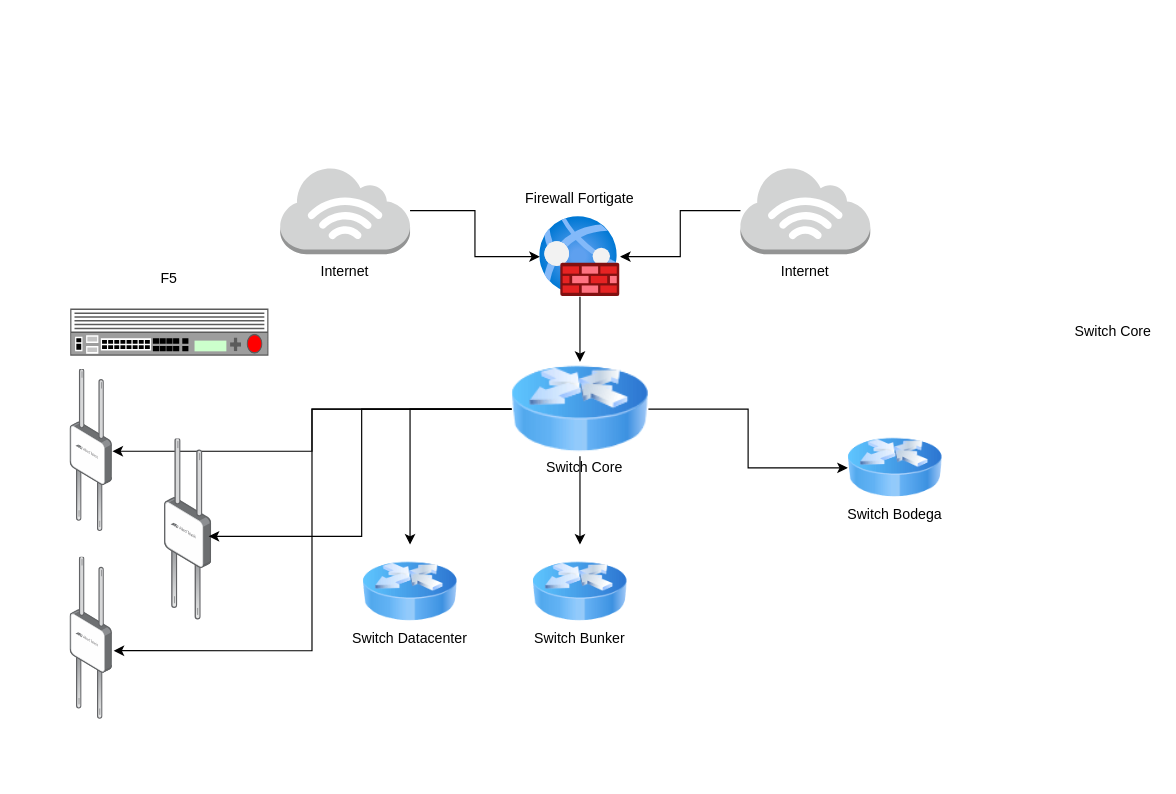
This is New-Topology.drawio from YOviedo-2402/hello-git, a draw.io file, before an edit. Source tidied: cells renumbered, new cells numbered last; positions are measured from the earlier drawing's top-left corner, leaving out a move shared by most shapes. Both pictures are drawn from the tidied source at 118%, with x=0, y=0 at pixel (70, 166). Pictures stored in the file or linked from it are replaced by grey dashed boxes.
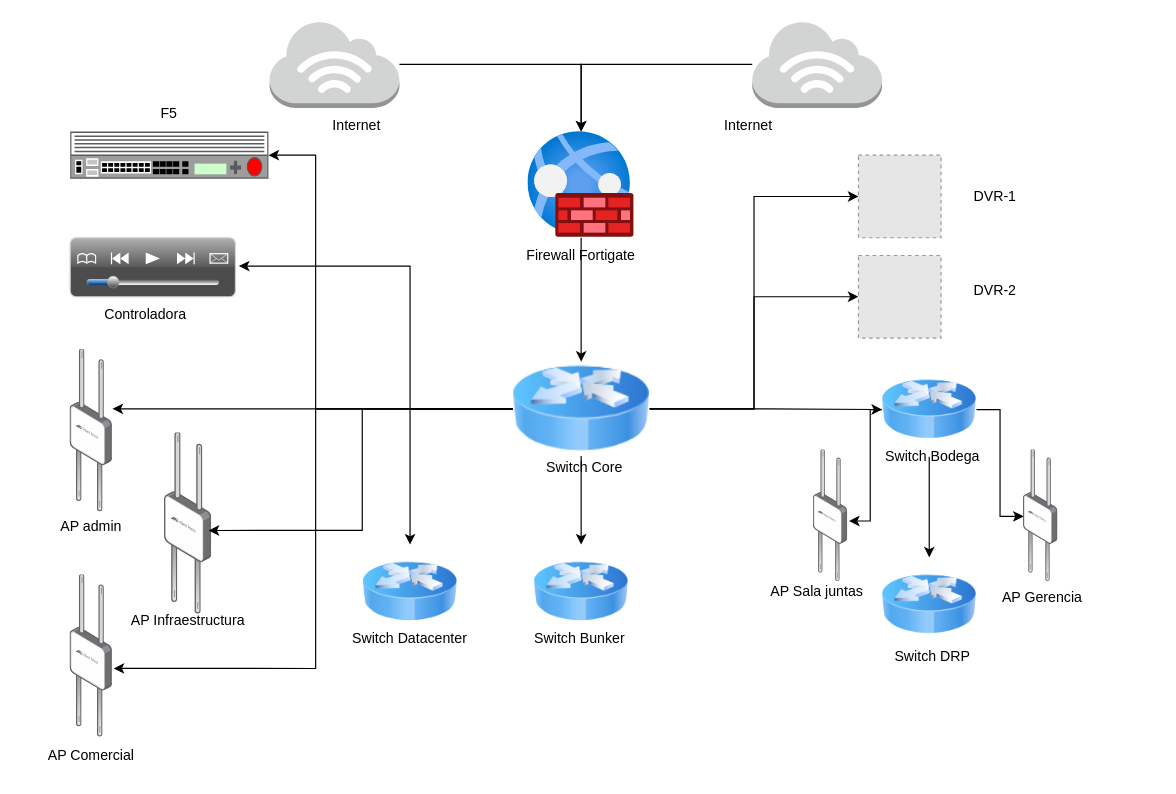
Above is the later version.

What changed in the source:
```diff
@@
     <mxCell id="3" style="image;html=1;points=[];align=center;fontSize=12;image=img/lib/azure2/networking/Web_Application_Firewall_Policies_WAF.svg;" parent="1" vertex="1">
-      <mxGeometry x="398" y="42" width="68" height="68" as="geometry" />
+      <mxGeometry x="388" y="-30" width="90" height="90" as="geometry" />
     </mxCell>
@@
     <mxCell id="5" style="outlineConnect=0;dashed=0;verticalLabelPosition=bottom;verticalAlign=top;align=center;html=1;shape=mxgraph.aws3.internet_3;fillColor=#D2D3D3;gradientColor=none;" parent="1" vertex="1">
-      <mxGeometry x="568" width="110" height="74" as="geometry" />
+      <mxGeometry x="578" y="-124" width="110" height="74" as="geometry" />
     </mxCell>
@@
     <mxCell id="7" style="outlineConnect=0;dashed=0;verticalLabelPosition=bottom;verticalAlign=top;align=center;html=1;shape=mxgraph.aws3.internet_3;fillColor=#D2D3D3;gradientColor=none;" parent="1" vertex="1">
-      <mxGeometry x="178" width="110" height="74" as="geometry" />
+      <mxGeometry x="169" y="-124" width="110" height="74" as="geometry" />
     </mxCell>
@@
     <mxCell id="11" style="edgeStyle=orthogonalEdgeStyle;rounded=0;jettySize=auto;html=1;" parent="1" edge="1" source="12" target="26">
-      <mxGeometry relative="1" as="geometry" />
+      <mxGeometry relative="1" as="geometry">
+        <Array as="points">
+          <mxPoint x="158" y="205" />
+          <mxPoint x="158" y="205" />
+        </Array>
+      </mxGeometry>
     </mxCell>
+    <mxCell id="31" style="edgeStyle=orthogonalEdgeStyle;rounded=0;jettySize=auto;html=1;" parent="1" edge="1" source="12" target="25">
+      <mxGeometry relative="1" as="geometry">
+        <Array as="points">
+          <mxPoint x="208" y="205" />
+          <mxPoint x="208" y="-10" />
+        </Array>
+      </mxGeometry>
+    </mxCell>
+    <mxCell id="32" style="edgeStyle=orthogonalEdgeStyle;rounded=0;jettySize=auto;html=1;entryX=0;entryY=0.5;entryDx=0;entryDy=0;" parent="1" edge="1" source="12" target="49">
+      <mxGeometry relative="1" as="geometry" />
+    </mxCell>
+    <mxCell id="33" style="edgeStyle=orthogonalEdgeStyle;rounded=0;jettySize=auto;html=1;entryX=0;entryY=0.5;entryDx=0;entryDy=0;" parent="1" edge="1" source="12" target="50">
+      <mxGeometry relative="1" as="geometry" />
+    </mxCell>
     <mxCell id="12" style="image;html=1;image=img/lib/clip_art/networking/Router_Icon_128x128.png;" parent="1" vertex="1">
-      <mxGeometry x="374" y="165.2" width="116" height="80" as="geometry" />
+      <mxGeometry x="375" y="165" width="116" height="80" as="geometry" />
     </mxCell>
@@
+    <mxCell id="34" style="edgeStyle=orthogonalEdgeStyle;rounded=0;jettySize=auto;html=1;" parent="1" edge="1" source="14" target="37">
+      <mxGeometry relative="1" as="geometry" />
+    </mxCell>
+    <mxCell id="35" style="edgeStyle=orthogonalEdgeStyle;rounded=0;jettySize=auto;html=1;" parent="1" edge="1" source="14" target="39">
+      <mxGeometry relative="1" as="geometry" />
+    </mxCell>
     <mxCell id="14" style="image;html=1;image=img/lib/clip_art/networking/Router_Icon_128x128.png;" parent="1" vertex="1">
-      <mxGeometry x="659" y="215" width="80" height="80" as="geometry" />
+      <mxGeometry x="688" y="165.6" width="80" height="80" as="geometry" />
     </mxCell>
     <mxCell id="15" style="image;html=1;image=img/lib/clip_art/networking/Router_Icon_128x128.png;" parent="1" vertex="1">
-      <mxGeometry x="392" y="320" width="80" height="80" as="geometry" />
+      <mxGeometry x="393" y="320" width="80" height="80" as="geometry" />
     </mxCell>
@@
     <mxCell id="18" value="Internet" style="text;html=1;strokeColor=none;fillColor=none;align=center;verticalAlign=middle;whiteSpace=wrap;rounded=0;" parent="1" vertex="1">
-      <mxGeometry x="197" y="74" width="72" height="30" as="geometry" />
+      <mxGeometry x="207" y="-50" width="72" height="30" as="geometry" />
     </mxCell>
     <mxCell id="19" value="Internet" style="text;html=1;strokeColor=none;fillColor=none;align=center;verticalAlign=middle;whiteSpace=wrap;rounded=0;" parent="1" vertex="1">
-      <mxGeometry x="587" y="74" width="72" height="30" as="geometry" />
+      <mxGeometry x="538.9" y="-50" width="72" height="30" as="geometry" />
     </mxCell>
     <mxCell id="20" value="Switch Bodega" style="text;html=1;strokeColor=none;fillColor=none;align=center;verticalAlign=middle;whiteSpace=wrap;rounded=0;" parent="1" vertex="1">
-      <mxGeometry x="656" y="280" width="86" height="30" as="geometry" />
+      <mxGeometry x="688" y="230.6" width="86" height="30" as="geometry" />
     </mxCell>
-    <mxCell id="21" value="Switch Core" style="text;html=1;strokeColor=none;fillColor=none;align=center;verticalAlign=middle;whiteSpace=wrap;rounded=0;" parent="1" vertex="1">
-      <mxGeometry x="848" y="125" width="72" height="30" as="geometry" />
+    <mxCell id="21" value="DVR-1" style="text;html=1;strokeColor=none;fillColor=none;align=center;verticalAlign=middle;whiteSpace=wrap;rounded=0;" parent="1" vertex="1">
+      <mxGeometry x="748" y="10" width="72" height="30" as="geometry" />
     </mxCell>
     <mxCell id="22" value="F5" style="text;html=1;strokeColor=none;fillColor=none;align=center;verticalAlign=middle;whiteSpace=wrap;rounded=0;" parent="1" vertex="1">
-      <mxGeometry x="48" y="80" width="72" height="30" as="geometry" />
+      <mxGeometry x="48" y="-60" width="72" height="30" as="geometry" />
     </mxCell>
@@
     <mxCell id="24" value="Firewall Fortigate" style="text;html=1;strokeColor=none;fillColor=none;align=center;verticalAlign=middle;whiteSpace=wrap;rounded=0;" parent="1" vertex="1">
-      <mxGeometry x="384" y="12" width="96" height="30" as="geometry" />
+      <mxGeometry x="385" y="60" width="96" height="30" as="geometry" />
     </mxCell>
     <mxCell id="25" style="strokeColor=#666666;html=1;labelPosition=right;align=left;spacingLeft=15;shadow=0;dashed=0;outlineConnect=0;shape=mxgraph.rack.f5.big_ip_89x0;" parent="1" vertex="1">
-      <mxGeometry y="120" width="168" height="40" as="geometry" />
+      <mxGeometry y="-30" width="168" height="40" as="geometry" />
     </mxCell>
     <mxCell id="26" style="image;points=[];html=1;align=center;shadow=0;dashed=0;image=img/lib/allied_telesis/wireless/Access_Point_Outdoor.svg;" parent="1" vertex="1">
-      <mxGeometry y="171.8" width="35.8" height="138.2" as="geometry" />
+      <mxGeometry y="155" width="35.8" height="138.2" as="geometry" />
     </mxCell>
     <mxCell id="27" style="image;points=[];html=1;align=center;shadow=0;dashed=0;image=img/lib/allied_telesis/wireless/Access_Point_Outdoor.svg;" parent="1" vertex="1">
-      <mxGeometry x="80" y="230.6" width="40" height="154.4" as="geometry" />
+      <mxGeometry x="80" y="225.6" width="40" height="154.4" as="geometry" />
     </mxCell>
     <mxCell id="28" style="image;points=[];html=1;align=center;shadow=0;dashed=0;image=img/lib/allied_telesis/wireless/Access_Point_Outdoor.svg;" parent="1" vertex="1">
-      <mxGeometry y="330.9" width="35.8" height="138.2" as="geometry" />
+      <mxGeometry y="345.9" width="35.8" height="138.2" as="geometry" />
     </mxCell>
@@
     <mxCell id="30" style="edgeStyle=orthogonalEdgeStyle;rounded=0;jettySize=auto;html=1;entryX=1.028;entryY=0.572;entryDx=0;entryDy=0;entryPerimeter=0;" parent="1" edge="1" source="12" target="28">
-      <mxGeometry relative="1" as="geometry" />
+      <mxGeometry relative="1" as="geometry">
+        <Array as="points">
+          <mxPoint x="208" y="205" />
+          <mxPoint x="208" y="425" />
+        </Array>
+      </mxGeometry>
     </mxCell>
+    <mxCell id="36" style="image;points=[];html=1;align=center;shadow=0;dashed=0;image=img/lib/allied_telesis/wireless/Access_Point_Outdoor.svg;" parent="1" vertex="1">
+      <mxGeometry x="629.9" y="240" width="29.1" height="112.2" as="geometry" />
+    </mxCell>
+    <mxCell id="37" style="image;points=[];html=1;align=center;shadow=0;dashed=0;image=img/lib/allied_telesis/wireless/Access_Point_Outdoor.svg;" parent="1" vertex="1">
+      <mxGeometry x="808" y="240" width="29.1" height="112.2" as="geometry" />
+    </mxCell>
+    <mxCell id="38" style="edgeStyle=orthogonalEdgeStyle;rounded=0;jettySize=auto;html=1;entryX=1.034;entryY=0.535;entryDx=0;entryDy=0;entryPerimeter=0;" parent="1" edge="1" source="14" target="36">
+      <mxGeometry relative="1" as="geometry">
+        <Array as="points">
+          <mxPoint x="678" y="206" />
+          <mxPoint x="678" y="300" />
+        </Array>
+      </mxGeometry>
+    </mxCell>
+    <mxCell id="39" style="image;html=1;image=img/lib/clip_art/networking/Router_Icon_128x128.png;" parent="1" vertex="1">
+      <mxGeometry x="688" y="330.9" width="80" height="80" as="geometry" />
+    </mxCell>
+    <mxCell id="40" value="AP Gerencia" style="text;html=1;strokeColor=none;fillColor=none;align=center;verticalAlign=middle;whiteSpace=wrap;rounded=0;" parent="1" vertex="1">
+      <mxGeometry x="788" y="350" width="72" height="30" as="geometry" />
+    </mxCell>
+    <mxCell id="41" value="Switch DRP" style="text;html=1;strokeColor=none;fillColor=none;align=center;verticalAlign=middle;whiteSpace=wrap;rounded=0;" parent="1" vertex="1">
+      <mxGeometry x="695" y="400" width="72" height="30" as="geometry" />
+    </mxCell>
+    <mxCell id="42" value="Controladora" style="text;html=1;strokeColor=none;fillColor=none;align=center;verticalAlign=middle;whiteSpace=wrap;rounded=0;" parent="1" vertex="1">
+      <mxGeometry x="28" y="110" width="72" height="30" as="geometry" />
+    </mxCell>
+    <mxCell id="43" value="AP admin" style="text;html=1;strokeColor=none;fillColor=none;align=center;verticalAlign=middle;whiteSpace=wrap;rounded=0;" parent="1" vertex="1">
+      <mxGeometry x="-18.1" y="290" width="72" height="30" as="geometry" />
+    </mxCell>
+    <mxCell id="44" value="AP Sala juntas" style="text;html=1;strokeColor=none;fillColor=none;align=center;verticalAlign=middle;whiteSpace=wrap;rounded=0;" parent="1" vertex="1">
+      <mxGeometry x="588" y="345" width="90" height="30" as="geometry" />
+    </mxCell>
+    <mxCell id="45" value="AP Infraestructura" style="text;html=1;strokeColor=none;fillColor=none;align=center;verticalAlign=middle;whiteSpace=wrap;rounded=0;" parent="1" vertex="1">
+      <mxGeometry x="40" y="370" width="120" height="30" as="geometry" />
+    </mxCell>
+    <mxCell id="46" value="AP Comercial" style="text;html=1;strokeColor=none;fillColor=none;align=center;verticalAlign=middle;whiteSpace=wrap;rounded=0;" parent="1" vertex="1">
+      <mxGeometry x="-42.1" y="484.1" width="120" height="30" as="geometry" />
+    </mxCell>
+    <mxCell id="47" style="verticalLabelPosition=bottom;verticalAlign=top;html=1;shadow=0;dashed=0;strokeWidth=1;shape=mxgraph.ios.iVideoControls;barPos=20;sketch=0;" parent="1" vertex="1">
+      <mxGeometry y="60" width="140" height="50" as="geometry" />
+    </mxCell>
+    <mxCell id="48" style="edgeStyle=orthogonalEdgeStyle;rounded=0;jettySize=auto;html=1;entryX=1.021;entryY=0.48;entryDx=0;entryDy=0;entryPerimeter=0;" parent="1" edge="1" source="12" target="47">
+      <mxGeometry relative="1" as="geometry">
+        <Array as="points">
+          <mxPoint x="288" y="205" />
+          <mxPoint x="288" y="84" />
+        </Array>
+      </mxGeometry>
+    </mxCell>
+    <mxCell id="49" style="fillColor=#E6E6E6;strokeColor=#999999;dashed=1;html=1;verticalAlign=top;verticalLabelPosition=bottom;labelBackgroundColor=#ffffff;" parent="1" vertex="1">
+      <mxGeometry x="668" y="-10" width="70" height="70" as="geometry" />
+    </mxCell>
+    <mxCell id="50" style="fillColor=#E6E6E6;strokeColor=#999999;dashed=1;html=1;verticalAlign=top;verticalLabelPosition=bottom;labelBackgroundColor=#ffffff;" parent="1" vertex="1">
+      <mxGeometry x="668" y="75" width="70" height="70" as="geometry" />
+    </mxCell>
+    <mxCell id="51" value="DVR-2" style="text;html=1;strokeColor=none;fillColor=none;align=center;verticalAlign=middle;whiteSpace=wrap;rounded=0;" parent="1" vertex="1">
+      <mxGeometry x="748" y="90" width="72" height="30" as="geometry" />
+    </mxCell>
```
